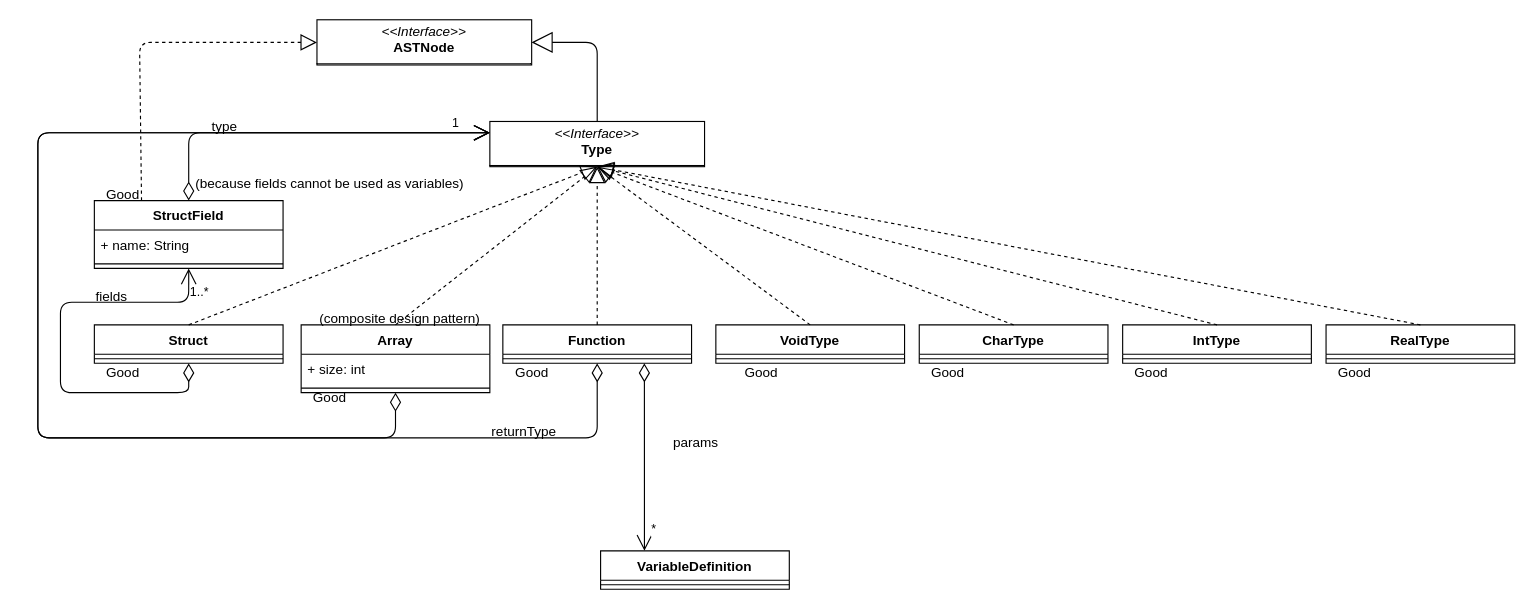
The draw.io diagram diagrams/type.drawio in Diegomcha/dlp-compiler, before the edit. Source tidied: cells renumbered, new cells numbered last; positions are measured from the earlier drawing's top-left corner, leaving out a move shared by most shapes. Both pictures are drawn from the tidied source at 113%, with x=0, y=0 at pixel (37, 19).
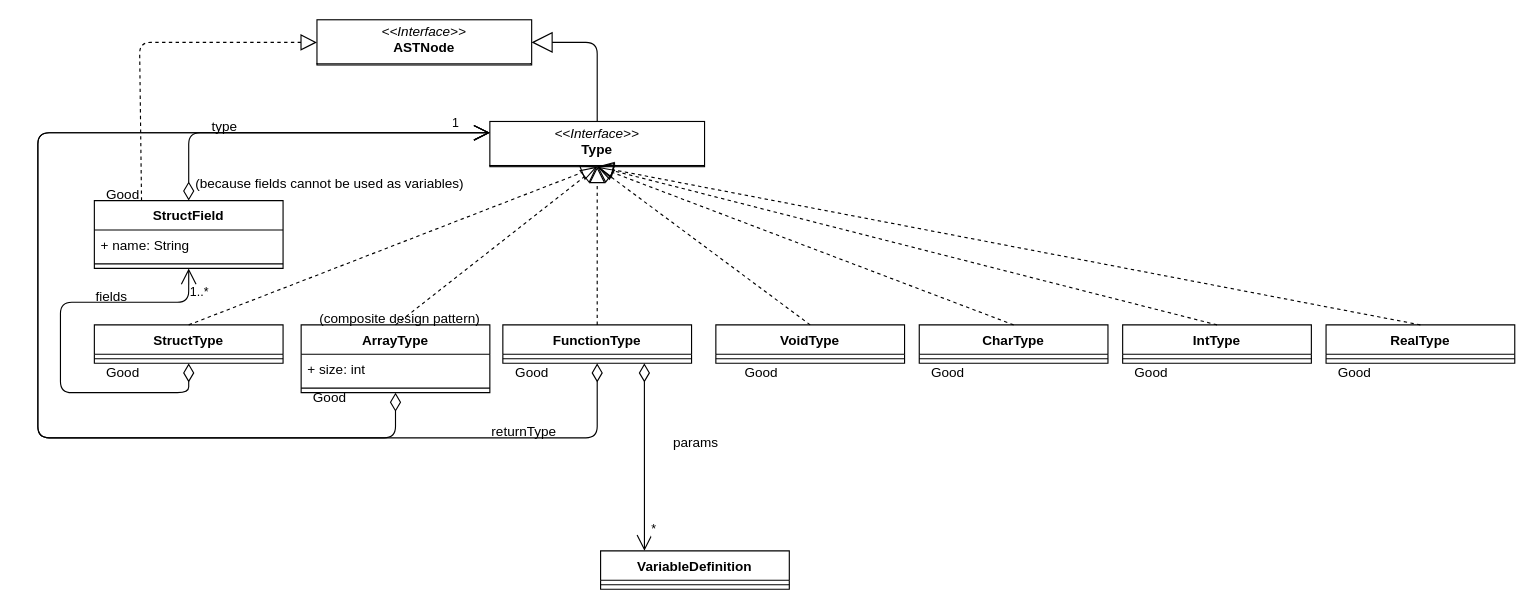
After the change.

Commit message:
fix(diagram): fixed type ambiguity and consistency

Change to the diagram source:
```diff
@@
-    <mxCell id="3" value="Array" style="swimlane;fontStyle=1;align=center;verticalAlign=top;horizontal=1;startSize=26;" parent="1" vertex="1">
+    <mxCell id="3" value="ArrayType" style="swimlane;fontStyle=1;align=center;verticalAlign=top;horizontal=1;startSize=26;" parent="1" vertex="1">
       <mxGeometry x="233" y="270" width="167" height="60" as="geometry" />
     </mxCell>
@@
-    <mxCell id="6" value="Function" style="swimlane;fontStyle=1;align=center;verticalAlign=top;horizontal=1;startSize=26;" parent="1" vertex="1">
+    <mxCell id="6" value="FunctionType" style="swimlane;fontStyle=1;align=center;verticalAlign=top;horizontal=1;startSize=26;" parent="1" vertex="1">
       <mxGeometry x="411.5" y="270" width="167" height="34" as="geometry" />
     </mxCell>
@@
-    <mxCell id="8" value="Struct" style="swimlane;fontStyle=1;align=center;verticalAlign=top;horizontal=1;startSize=26;" parent="1" vertex="1">
+    <mxCell id="8" value="StructType" style="swimlane;fontStyle=1;align=center;verticalAlign=top;horizontal=1;startSize=26;" parent="1" vertex="1">
       <mxGeometry x="50" y="270" width="167" height="34" as="geometry" />
     </mxCell>
```
